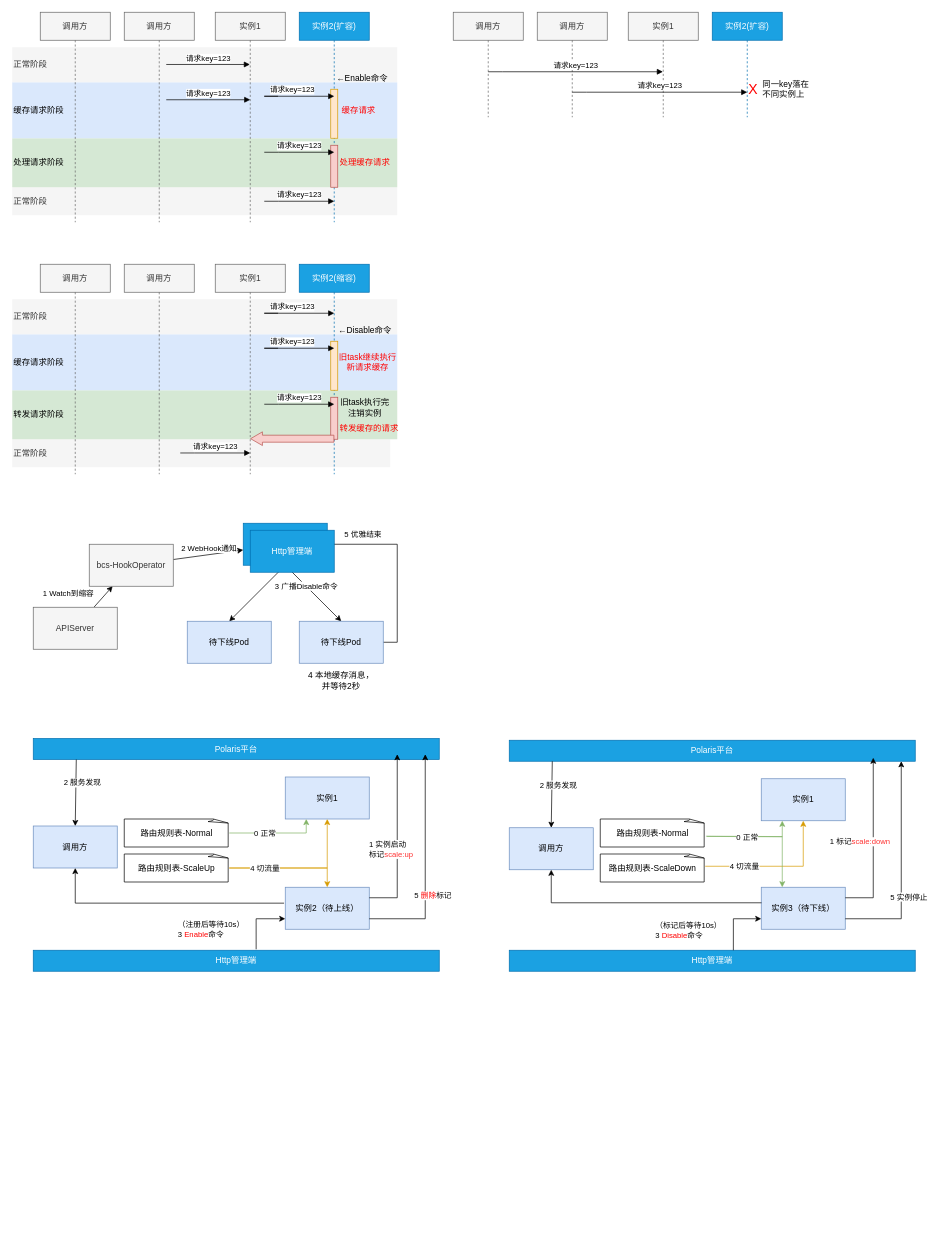
Above: page "优雅机制" (4 of 6) of 业务上云.drawio in myfreejoey/picgo (draw.io), before the change. Source tidied: cells renumbered, new cells numbered last; positions are measured from the earlier drawing's top-left corner, leaving out a move shared by most shapes. Both pictures are drawn from the tidied source at 70%, with x=0, y=0 at pixel (12, 12).
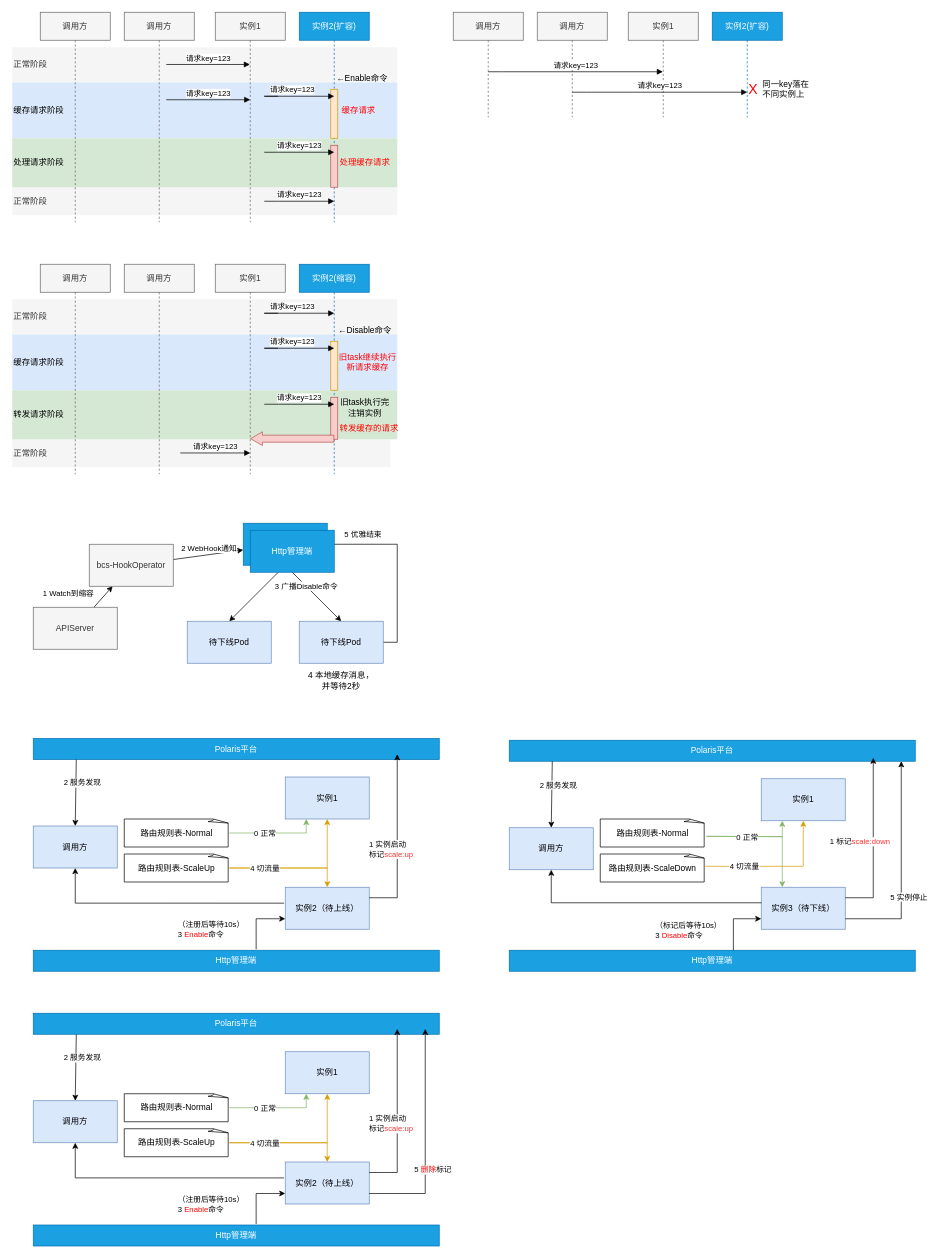
The same page after the edit.

Commit message (it also covers changes not shown here):
更新业务上云.drawio

Unchanged cells that the change refers to:
```xml
<mxCell id="77" value="实例2（待上线）" style="rounded=0;whiteSpace=wrap;html=1;fillColor=#dae8fc;strokeColor=#6c8ebf;" parent="1" vertex="1">
  <mxGeometry x="390" y="1250" width="120" height="60" as="geometry" />
</mxCell>
```

The edit, as a diff of the source:
```diff
@@
-    <mxCell id="97" style="rounded=0;jettySize=auto;html=1;edgeStyle=orthogonalEdgeStyle;exitX=1;exitY=0.75;exitDx=0;exitDy=0;" parent="1" edge="1" source="77">
-      <mxGeometry relative="1" as="geometry">
-        <mxPoint x="590" y="1060" as="targetPoint" />
-        <Array as="points">
-          <mxPoint x="590" y="1295" />
-        </Array>
-      </mxGeometry>
-    </mxCell>
-    <mxCell id="98" value="&lt;div style=&quot;text-align: left;&quot;&gt;5 &lt;font color=&quot;#ff0000&quot;&gt;删除&lt;/font&gt;标记&lt;/div&gt;" style="edgeLabel;html=1;align=center;verticalAlign=middle;" parent="97" vertex="1">
-      <mxGeometry x="-0.47" y="-1" relative="1" as="geometry">
-        <mxPoint x="9" y="-31" as="offset" />
-      </mxGeometry>
-    </mxCell>
@@
+    <mxCell id="104" value="调用方" style="rounded=0;whiteSpace=wrap;html=1;fillColor=#dae8fc;strokeColor=#6c8ebf;" parent="1" vertex="1">
+      <mxGeometry x="30" y="1555" width="120" height="60" as="geometry" />
+    </mxCell>
+    <mxCell id="105" value="实例1" style="rounded=0;whiteSpace=wrap;html=1;fillColor=#dae8fc;strokeColor=#6c8ebf;" parent="1" vertex="1">
+      <mxGeometry x="390" y="1485" width="120" height="60" as="geometry" />
+    </mxCell>
+    <mxCell id="106" value="实例2（待上线）" style="rounded=0;whiteSpace=wrap;html=1;fillColor=#dae8fc;strokeColor=#6c8ebf;" parent="1" vertex="1">
+      <mxGeometry x="390" y="1642.5" width="120" height="60" as="geometry" />
+    </mxCell>
+    <mxCell id="107" value="Polaris平台" style="rounded=0;whiteSpace=wrap;html=1;fillColor=#1ba1e2;strokeColor=#006EAF;fontColor=#ffffff;" parent="1" vertex="1">
+      <mxGeometry x="30" y="1430" width="580" height="30" as="geometry" />
+    </mxCell>
+    <mxCell id="108" style="rounded=0;jettySize=auto;html=1;edgeStyle=orthogonalEdgeStyle;exitX=1;exitY=0.25;exitDx=0;exitDy=0;" parent="1" edge="1" source="106">
+      <mxGeometry relative="1" as="geometry">
+        <mxPoint x="550" y="1452.5" as="targetPoint" />
+        <Array as="points">
+          <mxPoint x="550" y="1657.5" />
+        </Array>
+      </mxGeometry>
+    </mxCell>
+    <mxCell id="109" value="&lt;div style=&quot;text-align: left;&quot;&gt;1 实例启动&lt;/div&gt;&lt;div style=&quot;text-align: left;&quot;&gt;标记&lt;font color=&quot;#ff3333&quot;&gt;scale:up&lt;/font&gt;&lt;/div&gt;" style="edgeLabel;html=1;align=center;verticalAlign=middle;" parent="108" vertex="1">
+      <mxGeometry x="-0.47" y="-1" relative="1" as="geometry">
+        <mxPoint x="-11" y="-45" as="offset" />
+      </mxGeometry>
+    </mxCell>
+    <mxCell id="110" style="rounded=0;jettySize=auto;html=1;exitX=0.106;exitY=1.002;exitDx=0;exitDy=0;entryX=0.5;entryY=0;entryDx=0;entryDy=0;exitPerimeter=0;" parent="1" edge="1" source="107" target="104">
+      <mxGeometry relative="1" as="geometry" />
+    </mxCell>
+    <mxCell id="111" value="&lt;div style=&quot;text-align: left;&quot;&gt;2 服务发现&lt;/div&gt;" style="edgeLabel;html=1;align=center;verticalAlign=middle;" parent="110" vertex="1">
+      <mxGeometry x="-0.47" y="-1" relative="1" as="geometry">
+        <mxPoint x="9" y="8" as="offset" />
+      </mxGeometry>
+    </mxCell>
+    <mxCell id="112" style="edgeStyle=orthogonalEdgeStyle;rounded=0;jettySize=auto;html=1;entryX=0.25;entryY=1;entryDx=0;entryDy=0;fillColor=#d5e8d4;strokeColor=#82b366;exitX=1;exitY=0.5;exitDx=0;exitDy=0;exitPerimeter=0;" parent="1" edge="1" source="119" target="105">
+      <mxGeometry relative="1" as="geometry" />
+    </mxCell>
+    <mxCell id="113" value="0 正常" style="edgeLabel;html=1;align=center;verticalAlign=middle;" parent="112" vertex="1">
+      <mxGeometry x="-0.31" y="2" relative="1" as="geometry">
+        <mxPoint x="5" y="2" as="offset" />
+      </mxGeometry>
+    </mxCell>
+    <mxCell id="114" style="edgeStyle=orthogonalEdgeStyle;rounded=0;jettySize=auto;html=1;entryX=0.5;entryY=1;entryDx=0;entryDy=0;fillColor=#ffe6cc;strokeColor=#d79b00;exitX=1;exitY=0.5;exitDx=0;exitDy=0;exitPerimeter=0;" parent="1" edge="1" source="120" target="105">
+      <mxGeometry relative="1" as="geometry">
+        <Array as="points">
+          <mxPoint x="450" y="1615.5" />
+        </Array>
+      </mxGeometry>
+    </mxCell>
+    <mxCell id="115" style="edgeStyle=orthogonalEdgeStyle;rounded=0;jettySize=auto;html=1;entryX=0;entryY=0.75;entryDx=0;entryDy=0;exitX=0.549;exitY=-0.044;exitDx=0;exitDy=0;exitPerimeter=0;" parent="1" edge="1" source="121" target="106">
+      <mxGeometry relative="1" as="geometry" />
+    </mxCell>
+    <mxCell id="116" value="（注册后等待10s）&lt;br&gt;3 &lt;font color=&quot;#ff0000&quot;&gt;Enable&lt;/font&gt;命令" style="edgeLabel;html=1;align=left;verticalAlign=middle;" parent="115" vertex="1">
+      <mxGeometry x="-0.09" y="-1" relative="1" as="geometry">
+        <mxPoint x="-114" y="10" as="offset" />
+      </mxGeometry>
+    </mxCell>
+    <mxCell id="117" style="edgeStyle=orthogonalEdgeStyle;rounded=0;jettySize=auto;html=1;entryX=0.5;entryY=0;entryDx=0;entryDy=0;fillColor=#ffe6cc;strokeColor=#d79b00;exitX=1;exitY=0.5;exitDx=0;exitDy=0;exitPerimeter=0;" parent="1" edge="1" source="120" target="106">
+      <mxGeometry relative="1" as="geometry">
+        <Array as="points">
+          <mxPoint x="450" y="1615.5" />
+        </Array>
+      </mxGeometry>
+    </mxCell>
+    <mxCell id="118" value="4 切流量" style="edgeLabel;html=1;align=center;verticalAlign=middle;" parent="117" vertex="1">
+      <mxGeometry x="-0.16" relative="1" as="geometry">
+        <mxPoint x="-20" as="offset" />
+      </mxGeometry>
+    </mxCell>
+    <mxCell id="119" value="路由规则表-Normal" style="whiteSpace=wrap;html=1;shape=mxgraph.basic.document;" parent="1" vertex="1">
+      <mxGeometry x="160" y="1545" width="150" height="40" as="geometry" />
+    </mxCell>
+    <mxCell id="120" value="路由规则表-ScaleUp" style="whiteSpace=wrap;html=1;shape=mxgraph.basic.document;" parent="1" vertex="1">
+      <mxGeometry x="160" y="1595" width="150" height="40" as="geometry" />
+    </mxCell>
+    <mxCell id="121" value="Http管理端" style="rounded=0;whiteSpace=wrap;html=1;fillColor=#1ba1e2;strokeColor=#006EAF;fontColor=#ffffff;" parent="1" vertex="1">
+      <mxGeometry x="30" y="1732.5" width="580" height="30" as="geometry" />
+    </mxCell>
+    <mxCell id="122" style="rounded=0;jettySize=auto;html=1;edgeStyle=orthogonalEdgeStyle;exitX=1;exitY=0.75;exitDx=0;exitDy=0;" parent="1" edge="1" source="106">
+      <mxGeometry relative="1" as="geometry">
+        <mxPoint x="590" y="1452.5" as="targetPoint" />
+        <Array as="points">
+          <mxPoint x="590" y="1687.5" />
+        </Array>
+      </mxGeometry>
+    </mxCell>
+    <mxCell id="98" value="&lt;div style=&quot;text-align: left;&quot;&gt;5 &lt;font color=&quot;#ff0000&quot;&gt;删除&lt;/font&gt;标记&lt;/div&gt;" style="edgeLabel;html=1;align=center;verticalAlign=middle;" parent="122" vertex="1">
+      <mxGeometry x="-0.47" y="-1" relative="1" as="geometry">
+        <mxPoint x="9" y="-31" as="offset" />
+      </mxGeometry>
+    </mxCell>
+    <mxCell id="123" style="edgeStyle=orthogonalEdgeStyle;rounded=0;jettySize=auto;html=1;entryX=0.5;entryY=1;entryDx=0;entryDy=0;exitX=-0.014;exitY=0.379;exitDx=0;exitDy=0;exitPerimeter=0;" parent="1" edge="1" source="106" target="104">
+      <mxGeometry relative="1" as="geometry" />
+    </mxCell>
```
